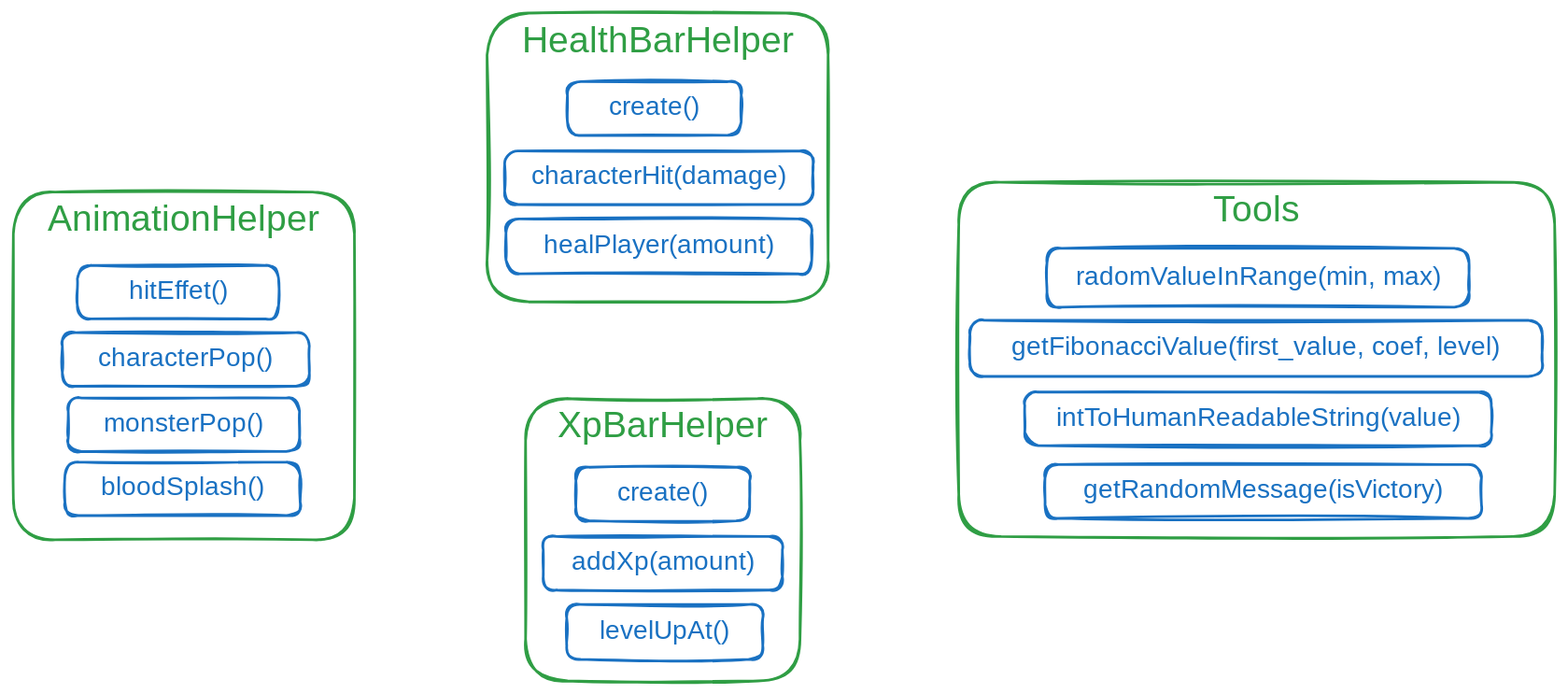
This is docs/helpers.excalidraw.svg from thedwarf21/MobsVasion, a Excalidraw export, as it was before one commit. Source tidied: one line per element, renumbered; positions are measured from the earlier drawing's top-left corner, leaving out a move shared by most shapes.
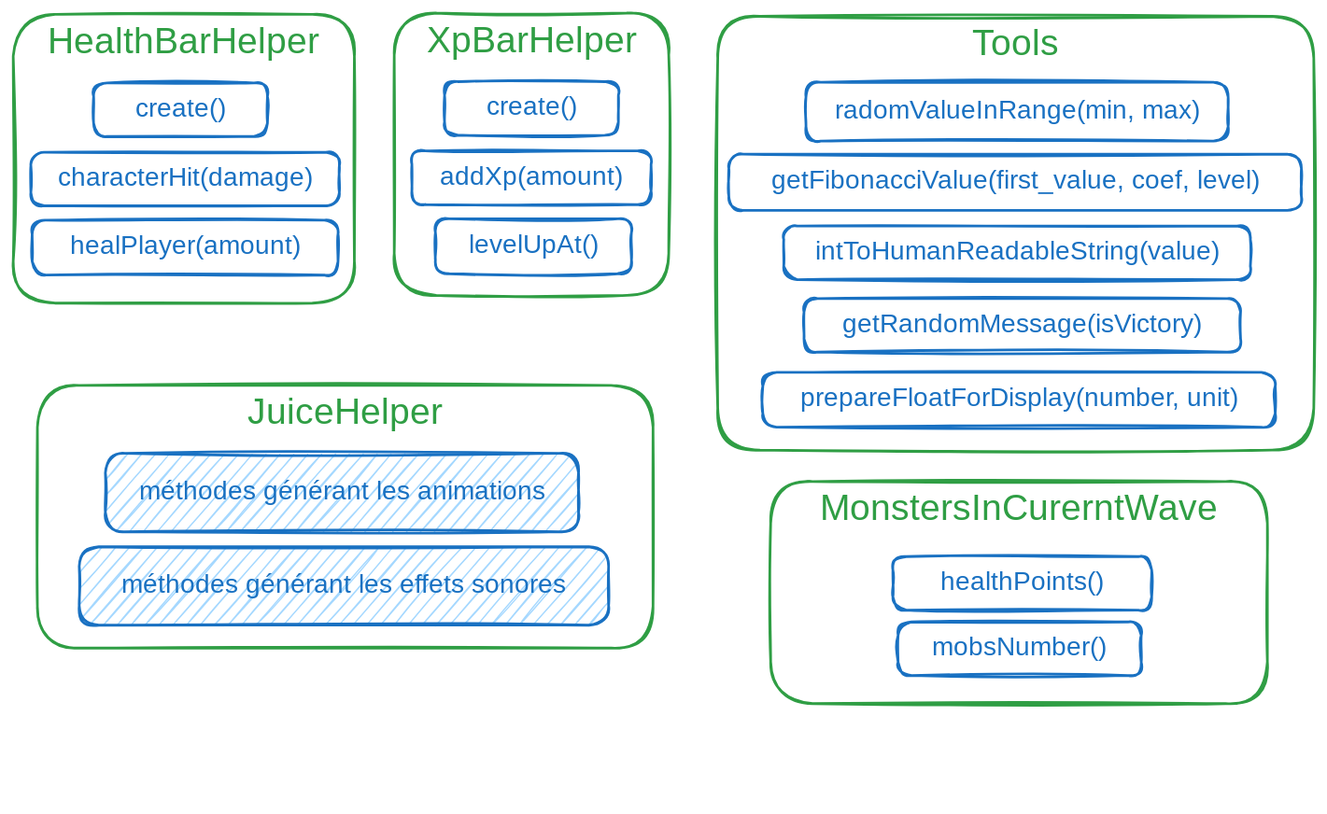
The same file after the commit.

The edit, as a diff of the source:
```diff
@@ -1,36 +1,40 @@
-{"id": 0, "type": "rectangle", "strokeColor": "#2f9e44", "strokeWidth": 2, "roughness": 1, "round": true, "x": 0, "y": 137, "width": 261, "height": 266}
-{"id": 1, "type": "text", "text": "AnimationHelper", "strokeColor": "#2f9e44", "strokeWidth": 2, "roughness": 1, "fontSize": 28, "fontFamily": 5, "textAlign": "center", "inside": 0, "x": 26, "y": 142, "width": 208, "height": 35}
-{"id": 2, "type": "rectangle", "strokeColor": "#1971c2", "strokeWidth": 2, "roughness": 1, "round": true, "x": 49, "y": 193, "width": 154, "height": 41}
-{"id": 3, "type": "text", "text": "hitEffet()", "strokeColor": "#1971c2", "strokeWidth": 2, "roughness": 1, "fontSize": 20, "fontFamily": 5, "textAlign": "center", "verticalAlign": "middle", "inside": 2, "x": 77, "y": 201, "width": 98, "height": 25}
-{"id": 4, "type": "rectangle", "strokeColor": "#1971c2", "strokeWidth": 2, "roughness": 1, "round": true, "x": 38, "y": 244, "width": 189, "height": 41}
-{"id": 5, "type": "text", "text": "characterPop()", "strokeColor": "#1971c2", "strokeWidth": 2, "roughness": 1, "fontSize": 20, "fontFamily": 5, "textAlign": "center", "verticalAlign": "middle", "inside": 4, "x": 60, "y": 252, "width": 145, "height": 25}
-{"id": 6, "type": "rectangle", "strokeColor": "#1971c2", "strokeWidth": 2, "roughness": 1, "round": true, "x": 42, "y": 294, "width": 177, "height": 41}
-{"id": 7, "type": "text", "text": "monsterPop()", "strokeColor": "#1971c2", "strokeWidth": 2, "roughness": 1, "fontSize": 20, "fontFamily": 5, "textAlign": "center", "verticalAlign": "middle", "inside": 6, "x": 66, "y": 302, "width": 130, "height": 25}
-{"id": 8, "type": "rectangle", "strokeColor": "#1971c2", "strokeWidth": 2, "roughness": 1, "round": true, "x": 40, "y": 344, "width": 180, "height": 41}
-{"id": 9, "type": "text", "text": "bloodSplash()", "strokeColor": "#1971c2", "strokeWidth": 2, "roughness": 1, "fontSize": 20, "fontFamily": 5, "textAlign": "center", "verticalAlign": "middle", "inside": 8, "x": 65, "y": 352, "width": 130, "height": 25}
-{"id": 10, "type": "rectangle", "strokeColor": "#2f9e44", "strokeWidth": 2, "roughness": 1, "round": true, "x": 362, "y": 0, "width": 261, "height": 221}
+{"id": 10, "type": "rectangle", "strokeColor": "#2f9e44", "strokeWidth": 2, "roughness": 1, "round": true, "x": 2, "y": -119, "width": 261, "height": 221}
-{"id": 11, "type": "text", "text": "HealthBarHelper", "strokeColor": "#2f9e44", "strokeWidth": 2, "roughness": 1, "fontSize": 28, "fontFamily": 5, "textAlign": "center", "inside": 10, "x": 387, "y": 5, "width": 213, "height": 35}
+{"id": 11, "type": "text", "text": "HealthBarHelper", "strokeColor": "#2f9e44", "strokeWidth": 2, "roughness": 1, "fontSize": 28, "fontFamily": 5, "textAlign": "center", "inside": 10, "x": 26, "y": -114, "width": 213, "height": 35}
-{"id": 12, "type": "rectangle", "strokeColor": "#1971c2", "strokeWidth": 2, "roughness": 1, "round": true, "x": 424, "y": 52, "width": 133, "height": 41}
+{"id": 12, "type": "rectangle", "strokeColor": "#1971c2", "strokeWidth": 2, "roughness": 1, "round": true, "x": 63, "y": -66, "width": 133, "height": 41}
-{"id": 13, "type": "text", "text": "create()", "strokeColor": "#1971c2", "strokeWidth": 2, "roughness": 1, "fontSize": 20, "fontFamily": 5, "textAlign": "center", "verticalAlign": "middle", "inside": 12, "x": 451, "y": 60, "width": 79, "height": 25}
+{"id": 13, "type": "text", "text": "create()", "strokeColor": "#1971c2", "strokeWidth": 2, "roughness": 1, "fontSize": 20, "fontFamily": 5, "textAlign": "center", "verticalAlign": "middle", "inside": 12, "x": 90, "y": -58, "width": 79, "height": 25}
-{"id": 14, "type": "rectangle", "strokeColor": "#1971c2", "strokeWidth": 2, "roughness": 1, "round": true, "x": 376, "y": 106, "width": 236, "height": 41}
+{"id": 14, "type": "rectangle", "strokeColor": "#1971c2", "strokeWidth": 2, "roughness": 1, "round": true, "x": 15, "y": -14, "width": 236, "height": 41}
-{"id": 15, "type": "text", "text": "characterHit(damage)", "strokeColor": "#1971c2", "strokeWidth": 2, "roughness": 1, "fontSize": 20, "fontFamily": 5, "textAlign": "center", "verticalAlign": "middle", "inside": 14, "x": 391, "y": 114, "width": 207, "height": 25}
+{"id": 15, "type": "text", "text": "characterHit(damage)", "strokeColor": "#1971c2", "strokeWidth": 2, "roughness": 1, "fontSize": 20, "fontFamily": 5, "textAlign": "center", "verticalAlign": "middle", "inside": 14, "x": 30, "y": -6, "width": 207, "height": 25}
-{"id": 16, "type": "rectangle", "strokeColor": "#1971c2", "strokeWidth": 2, "roughness": 1, "round": true, "x": 377, "y": 158, "width": 234, "height": 42}
+{"id": 16, "type": "rectangle", "strokeColor": "#1971c2", "strokeWidth": 2, "roughness": 1, "round": true, "x": 16, "y": 38, "width": 234, "height": 42}
-{"id": 17, "type": "text", "text": "healPlayer(amount)", "strokeColor": "#1971c2", "strokeWidth": 2, "roughness": 1, "fontSize": 20, "fontFamily": 5, "textAlign": "center", "verticalAlign": "middle", "inside": 16, "x": 402, "y": 166, "width": 184, "height": 25}
+{"id": 17, "type": "text", "text": "healPlayer(amount)", "strokeColor": "#1971c2", "strokeWidth": 2, "roughness": 1, "fontSize": 20, "fontFamily": 5, "textAlign": "center", "verticalAlign": "middle", "inside": 16, "x": 41, "y": 47, "width": 184, "height": 25}
-{"id": 18, "type": "rectangle", "strokeColor": "#2f9e44", "strokeWidth": 2, "roughness": 1, "round": true, "x": 392, "y": 295, "width": 210, "height": 216}
+{"id": 18, "type": "rectangle", "strokeColor": "#2f9e44", "strokeWidth": 2, "roughness": 1, "round": true, "x": 293, "y": -120, "width": 210, "height": 216}
-{"id": 19, "type": "text", "text": "XpBarHelper", "strokeColor": "#2f9e44", "strokeWidth": 2, "roughness": 1, "fontSize": 28, "fontFamily": 5, "textAlign": "center", "inside": 18, "x": 417, "y": 300, "width": 161, "height": 35}
+{"id": 19, "type": "text", "text": "XpBarHelper", "strokeColor": "#2f9e44", "strokeWidth": 2, "roughness": 1, "fontSize": 28, "fontFamily": 5, "textAlign": "center", "inside": 18, "x": 318, "y": -115, "width": 161, "height": 35}
-{"id": 20, "type": "rectangle", "strokeColor": "#1971c2", "strokeWidth": 2, "roughness": 1, "round": true, "x": 430, "y": 348, "width": 133, "height": 41}
+{"id": 20, "type": "rectangle", "strokeColor": "#1971c2", "strokeWidth": 2, "roughness": 1, "round": true, "x": 332, "y": -68, "width": 133, "height": 41}
-{"id": 21, "type": "text", "text": "create()", "strokeColor": "#1971c2", "strokeWidth": 2, "roughness": 1, "fontSize": 20, "fontFamily": 5, "textAlign": "center", "verticalAlign": "middle", "inside": 20, "x": 458, "y": 356, "width": 79, "height": 25}
+{"id": 21, "type": "text", "text": "create()", "strokeColor": "#1971c2", "strokeWidth": 2, "roughness": 1, "fontSize": 20, "fontFamily": 5, "textAlign": "center", "verticalAlign": "middle", "inside": 20, "x": 359, "y": -60, "width": 79, "height": 25}
-{"id": 22, "type": "rectangle", "strokeColor": "#1971c2", "strokeWidth": 2, "roughness": 1, "round": true, "x": 406, "y": 400, "width": 183, "height": 41}
+{"id": 22, "type": "rectangle", "strokeColor": "#1971c2", "strokeWidth": 2, "roughness": 1, "round": true, "x": 306, "y": -14, "width": 183, "height": 41}
-{"id": 23, "type": "text", "text": "addXp(amount)", "strokeColor": "#1971c2", "strokeWidth": 2, "roughness": 1, "fontSize": 20, "fontFamily": 5, "textAlign": "center", "verticalAlign": "middle", "inside": 22, "x": 424, "y": 408, "width": 145, "height": 25}
+{"id": 23, "type": "text", "text": "addXp(amount)", "strokeColor": "#1971c2", "strokeWidth": 2, "roughness": 1, "fontSize": 20, "fontFamily": 5, "textAlign": "center", "verticalAlign": "middle", "inside": 22, "x": 325, "y": -6, "width": 145, "height": 25}
-{"id": 24, "type": "rectangle", "strokeColor": "#1971c2", "strokeWidth": 2, "roughness": 1, "round": true, "x": 424, "y": 452, "width": 150, "height": 42}
+{"id": 24, "type": "rectangle", "strokeColor": "#1971c2", "strokeWidth": 2, "roughness": 1, "round": true, "x": 324, "y": 38, "width": 150, "height": 42}
-{"id": 25, "type": "text", "text": "levelUpAt()", "strokeColor": "#1971c2", "strokeWidth": 2, "roughness": 1, "fontSize": 20, "fontFamily": 5, "textAlign": "center", "verticalAlign": "middle", "inside": 24, "x": 445, "y": 461, "width": 108, "height": 25}
+{"id": 25, "type": "text", "text": "levelUpAt()", "strokeColor": "#1971c2", "strokeWidth": 2, "roughness": 1, "fontSize": 20, "fontFamily": 5, "textAlign": "center", "verticalAlign": "middle", "inside": 24, "x": 346, "y": 46, "width": 108, "height": 25}
-{"id": 26, "type": "rectangle", "strokeColor": "#2f9e44", "strokeWidth": 2, "roughness": 1, "round": true, "x": 724, "y": 130, "width": 456, "height": 271}
+{"id": 26, "type": "rectangle", "strokeColor": "#2f9e44", "strokeWidth": 2, "roughness": 1, "round": true, "x": 540, "y": -118, "width": 456, "height": 332}
-{"id": 27, "type": "text", "text": "Tools", "strokeColor": "#2f9e44", "strokeWidth": 2, "roughness": 1, "fontSize": 28, "fontFamily": 5, "textAlign": "center", "inside": 26, "x": 913, "y": 134, "width": 77, "height": 35}
+{"id": 27, "type": "text", "text": "Tools", "strokeColor": "#2f9e44", "strokeWidth": 2, "roughness": 1, "fontSize": 28, "fontFamily": 5, "textAlign": "center", "inside": 26, "x": 730, "y": -112, "width": 77, "height": 35}
-{"id": 28, "type": "rectangle", "strokeColor": "#1971c2", "strokeWidth": 2, "roughness": 1, "round": true, "x": 791, "y": 180, "width": 323, "height": 45}
+{"id": 28, "type": "rectangle", "strokeColor": "#1971c2", "strokeWidth": 2, "roughness": 1, "round": true, "x": 608, "y": -67, "width": 323, "height": 45}
-{"id": 29, "type": "text", "text": "radomValueInRange(min, max)", "strokeColor": "#1971c2", "strokeWidth": 2, "roughness": 1, "fontSize": 20, "fontFamily": 5, "textAlign": "center", "verticalAlign": "middle", "inside": 28, "x": 812, "y": 190, "width": 280, "height": 25}
+{"id": 29, "type": "text", "text": "radomValueInRange(min, max)", "strokeColor": "#1971c2", "strokeWidth": 2, "roughness": 1, "fontSize": 20, "fontFamily": 5, "textAlign": "center", "verticalAlign": "middle", "inside": 28, "x": 629, "y": -57, "width": 280, "height": 25}
-{"id": 30, "type": "rectangle", "strokeColor": "#1971c2", "strokeWidth": 2, "roughness": 1, "round": true, "x": 732, "y": 235, "width": 438, "height": 43}
+{"id": 30, "type": "rectangle", "strokeColor": "#1971c2", "strokeWidth": 2, "roughness": 1, "round": true, "x": 549, "y": -12, "width": 438, "height": 43}
-{"id": 31, "type": "text", "text": "getFibonacciValue(first_value, coef, level)", "strokeColor": "#1971c2", "strokeWidth": 2, "roughness": 1, "fontSize": 20, "fontFamily": 5, "textAlign": "center", "verticalAlign": "middle", "inside": 30, "x": 750, "y": 244, "width": 403, "height": 25}
+{"id": 31, "type": "text", "text": "getFibonacciValue(first_value, coef, level)", "strokeColor": "#1971c2", "strokeWidth": 2, "roughness": 1, "fontSize": 20, "fontFamily": 5, "textAlign": "center", "verticalAlign": "middle", "inside": 30, "x": 567, "y": -3, "width": 403, "height": 25}
-{"id": 32, "type": "rectangle", "strokeColor": "#1971c2", "strokeWidth": 2, "roughness": 1, "round": true, "x": 774, "y": 290, "width": 357, "height": 41}
+{"id": 32, "type": "rectangle", "strokeColor": "#1971c2", "strokeWidth": 2, "roughness": 1, "round": true, "x": 591, "y": 43, "width": 357, "height": 41}
-{"id": 33, "type": "text", "text": "intToHumanReadableString(value)", "strokeColor": "#1971c2", "strokeWidth": 2, "roughness": 1, "fontSize": 20, "fontFamily": 5, "textAlign": "center", "verticalAlign": "middle", "inside": 32, "x": 792, "y": 298, "width": 322, "height": 25}
+{"id": 33, "type": "text", "text": "intToHumanReadableString(value)", "strokeColor": "#1971c2", "strokeWidth": 2, "roughness": 1, "fontSize": 20, "fontFamily": 5, "textAlign": "center", "verticalAlign": "middle", "inside": 32, "x": 609, "y": 51, "width": 322, "height": 25}
-{"id": 34, "type": "rectangle", "strokeColor": "#1971c2", "strokeWidth": 2, "roughness": 1, "round": true, "x": 790, "y": 346, "width": 334, "height": 41}
+{"id": 34, "type": "rectangle", "strokeColor": "#1971c2", "strokeWidth": 2, "roughness": 1, "round": true, "x": 606, "y": 98, "width": 334, "height": 41}
-{"id": 35, "type": "text", "text": "getRandomMessage(isVictory)", "strokeColor": "#1971c2", "strokeWidth": 2, "roughness": 1, "fontSize": 20, "fontFamily": 5, "textAlign": "center", "verticalAlign": "middle", "inside": 34, "x": 812, "y": 354, "width": 289, "height": 25}
+{"id": 35, "type": "text", "text": "getRandomMessage(isVictory)", "strokeColor": "#1971c2", "strokeWidth": 2, "roughness": 1, "fontSize": 20, "fontFamily": 5, "textAlign": "center", "verticalAlign": "middle", "inside": 34, "x": 629, "y": 106, "width": 289, "height": 25}
+{"id": 36, "type": "rectangle", "strokeColor": "#1971c2", "strokeWidth": 2, "roughness": 1, "round": true, "x": 575, "y": 155, "width": 392, "height": 42}
+{"id": 37, "type": "text", "text": "prepareFloatForDisplay(number, unit)", "strokeColor": "#1971c2", "strokeWidth": 2, "roughness": 1, "fontSize": 20, "fontFamily": 5, "textAlign": "center", "verticalAlign": "middle", "inside": 36, "x": 593, "y": 164, "width": 355, "height": 25}
+{"id": 0, "type": "rectangle", "strokeColor": "#2f9e44", "strokeWidth": 2, "roughness": 1, "round": true, "x": 20, "y": 165, "width": 471, "height": 201}
+{"id": 1, "type": "text", "text": "JuiceHelper", "strokeColor": "#2f9e44", "strokeWidth": 2, "roughness": 1, "fontSize": 28, "fontFamily": 5, "textAlign": "center", "inside": 0, "x": 182, "y": 170, "width": 146, "height": 35}
+{"id": 38, "type": "rectangle", "strokeColor": "#1971c2", "backgroundColor": "#a5d8ff", "fillStyle": "hachure", "strokeWidth": 2, "roughness": 1, "round": true, "x": 72, "y": 217, "width": 362, "height": 60}
+{"id": 39, "type": "text", "text": "méthodes générant les animations", "strokeColor": "#1971c2", "strokeWidth": 2, "roughness": 1, "fontSize": 20, "fontFamily": 5, "textAlign": "center", "verticalAlign": "middle", "inside": 38, "x": 89, "y": 234, "width": 328, "height": 25}
+{"id": 40, "type": "rectangle", "strokeColor": "#1971c2", "backgroundColor": "#a5d8ff", "fillStyle": "hachure", "strokeWidth": 2, "roughness": 1, "round": true, "x": 52, "y": 288, "width": 405, "height": 60}
+{"id": 41, "type": "text", "text": "méthodes générant les effets sonores", "strokeColor": "#1971c2", "strokeWidth": 2, "roughness": 1, "fontSize": 20, "fontFamily": 5, "textAlign": "center", "verticalAlign": "middle", "inside": 40, "x": 69, "y": 306, "width": 371, "height": 25}
+{"id": 42, "type": "rectangle", "strokeColor": "#2f9e44", "strokeWidth": 2, "roughness": 1, "round": true, "x": 581, "y": 238, "width": 380, "height": 170}
+{"id": 43, "type": "text", "text": "MonstersInCurerntWave", "strokeColor": "#2f9e44", "strokeWidth": 2, "roughness": 1, "fontSize": 28, "fontFamily": 5, "textAlign": "center", "inside": 42, "x": 610, "y": 244, "width": 323, "height": 35}
+{"id": 44, "type": "rectangle", "strokeColor": "#1971c2", "strokeWidth": 2, "roughness": 1, "round": true, "x": 674, "y": 296, "width": 198, "height": 41}
+{"id": 45, "type": "text", "text": "healthPoints()", "strokeColor": "#1971c2", "strokeWidth": 2, "roughness": 1, "fontSize": 20, "fontFamily": 5, "textAlign": "center", "verticalAlign": "middle", "inside": 44, "x": 703, "y": 304, "width": 140, "height": 25}
+{"id": 46, "type": "rectangle", "strokeColor": "#1971c2", "strokeWidth": 2, "roughness": 1, "round": true, "x": 678, "y": 346, "width": 186, "height": 41}
+{"id": 47, "type": "text", "text": "mobsNumber()", "strokeColor": "#1971c2", "strokeWidth": 2, "roughness": 1, "fontSize": 20, "fontFamily": 5, "textAlign": "center", "verticalAlign": "middle", "inside": 46, "x": 706, "y": 354, "width": 131, "height": 25}
```
